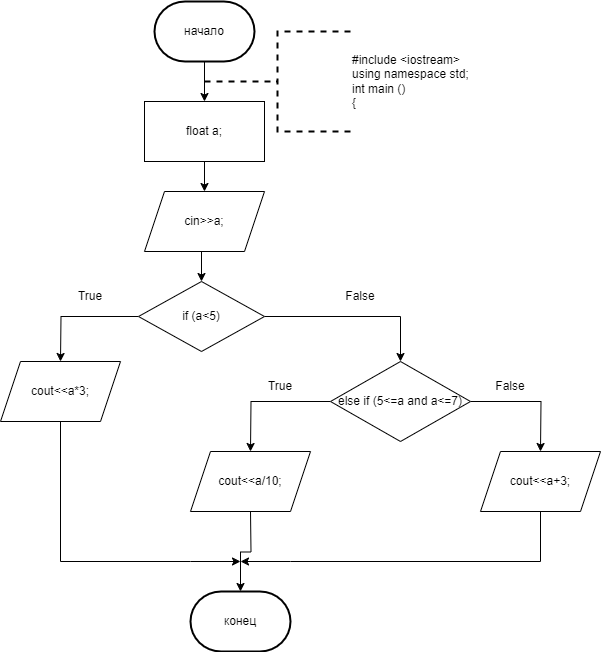
ksinph/PSTU_LABS_2023 keeps this draw.io diagram as 1_3.drawio.png. Above is the earlier version. Source tidied: cells renumbered, new cells last; positions are measured from the earlier drawing's top-left corner, leaving out a move shared by most shapes. Its diagram source:
```xml
<mxGraphModel>
  <root>
    <mxCell id="0" />
    <mxCell id="1" parent="0" />
    <mxCell id="2" style="edgeStyle=orthogonalEdgeStyle;rounded=0;jettySize=auto;html=1;exitX=0.5;exitY=1;exitDx=0;exitDy=0;exitPerimeter=0;" parent="1" edge="1" source="3" target="5">
      <mxGeometry relative="1" as="geometry" />
    </mxCell>
    <mxCell id="3" value="начало" style="strokeWidth=2;html=1;shape=mxgraph.flowchart.terminator;whiteSpace=wrap;" parent="1" vertex="1">
      <mxGeometry x="154" width="100" height="60" as="geometry" />
    </mxCell>
    <mxCell id="4" style="edgeStyle=orthogonalEdgeStyle;rounded=0;jettySize=auto;html=1;exitX=0.5;exitY=1;exitDx=0;exitDy=0;" parent="1" edge="1" source="5" target="7">
      <mxGeometry relative="1" as="geometry" />
    </mxCell>
    <mxCell id="5" value="float a;" style="rounded=0;whiteSpace=wrap;html=1;" parent="1" vertex="1">
      <mxGeometry x="144" y="100" width="120" height="60" as="geometry" />
    </mxCell>
    <mxCell id="6" style="edgeStyle=orthogonalEdgeStyle;rounded=0;jettySize=auto;html=1;exitX=0.5;exitY=1;exitDx=0;exitDy=0;entryX=0.5;entryY=0;entryDx=0;entryDy=0;" parent="1" edge="1" source="7" target="10">
      <mxGeometry relative="1" as="geometry" />
    </mxCell>
    <mxCell id="7" value="cin&amp;gt;&amp;gt;a;" style="shape=parallelogram;perimeter=parallelogramPerimeter;whiteSpace=wrap;html=1;fixedSize=1;" parent="1" vertex="1">
      <mxGeometry x="144" y="190" width="120" height="60" as="geometry" />
    </mxCell>
    <mxCell id="8" style="edgeStyle=orthogonalEdgeStyle;rounded=0;jettySize=auto;html=1;" parent="1" edge="1" source="10">
      <mxGeometry relative="1" as="geometry">
        <mxPoint x="60" y="360" as="targetPoint" />
      </mxGeometry>
    </mxCell>
    <mxCell id="9" style="edgeStyle=orthogonalEdgeStyle;rounded=0;jettySize=auto;html=1;" parent="1" edge="1" source="10" target="13">
      <mxGeometry relative="1" as="geometry" />
    </mxCell>
    <mxCell id="10" value="if (a&amp;lt;5)" style="rhombus;whiteSpace=wrap;html=1;" parent="1" vertex="1">
      <mxGeometry x="138" y="280" width="126" height="70" as="geometry" />
    </mxCell>
    <mxCell id="11" style="edgeStyle=orthogonalEdgeStyle;rounded=0;jettySize=auto;html=1;" parent="1" edge="1" source="13">
      <mxGeometry relative="1" as="geometry">
        <mxPoint x="250" y="450" as="targetPoint" />
      </mxGeometry>
    </mxCell>
    <mxCell id="12" style="edgeStyle=orthogonalEdgeStyle;rounded=0;jettySize=auto;html=1;" parent="1" edge="1" source="13">
      <mxGeometry relative="1" as="geometry">
        <mxPoint x="540" y="450" as="targetPoint" />
      </mxGeometry>
    </mxCell>
    <mxCell id="13" value="else if (5&amp;lt;=a and a&amp;lt;=7)" style="rhombus;whiteSpace=wrap;html=1;" parent="1" vertex="1">
      <mxGeometry x="330" y="360" width="140" height="80" as="geometry" />
    </mxCell>
    <mxCell id="14" value="конец" style="strokeWidth=2;html=1;shape=mxgraph.flowchart.terminator;whiteSpace=wrap;" parent="1" vertex="1">
      <mxGeometry x="190" y="590" width="100" height="60" as="geometry" />
    </mxCell>
    <mxCell id="15" style="edgeStyle=orthogonalEdgeStyle;rounded=0;orthogonalLoop=1;jettySize=auto;html=1;exitX=0.5;exitY=1;exitDx=0;exitDy=0;" parent="1" edge="1">
      <mxGeometry relative="1" as="geometry">
        <mxPoint x="60" y="420" as="sourcePoint" />
        <mxPoint x="240" y="560" as="targetPoint" />
        <Array as="points">
          <mxPoint x="60" y="560" />
          <mxPoint x="190" y="560" />
        </Array>
      </mxGeometry>
    </mxCell>
    <mxCell id="16" style="edgeStyle=orthogonalEdgeStyle;rounded=0;jettySize=auto;html=1;exitX=0.5;exitY=1;exitDx=0;exitDy=0;entryX=0.5;entryY=0;entryDx=0;entryDy=0;entryPerimeter=0;" parent="1" edge="1" target="14">
      <mxGeometry relative="1" as="geometry">
        <mxPoint x="250" y="510" as="sourcePoint" />
      </mxGeometry>
    </mxCell>
    <mxCell id="17" style="edgeStyle=orthogonalEdgeStyle;rounded=0;orthogonalLoop=1;jettySize=auto;html=1;exitX=0.5;exitY=1;exitDx=0;exitDy=0;" parent="1" edge="1">
      <mxGeometry relative="1" as="geometry">
        <mxPoint x="540" y="510" as="sourcePoint" />
        <mxPoint x="240" y="560" as="targetPoint" />
        <Array as="points">
          <mxPoint x="540" y="560" />
          <mxPoint x="290" y="560" />
        </Array>
      </mxGeometry>
    </mxCell>
    <mxCell id="18" value="#include &amp;lt;iostream&amp;gt;&lt;br&gt;using namespace std;&lt;br&gt;int main ()&lt;br&gt;{" style="strokeWidth=2;html=1;shape=mxgraph.flowchart.annotation_2;align=left;labelPosition=right;dashed=1;" parent="1" vertex="1">
      <mxGeometry x="204" y="30" width="146" height="100" as="geometry" />
    </mxCell>
    <mxCell id="19" value="True" style="text;html=1;strokeColor=none;fillColor=none;align=center;verticalAlign=middle;whiteSpace=wrap;rounded=0;" parent="1" vertex="1">
      <mxGeometry x="60" y="280" width="60" height="30" as="geometry" />
    </mxCell>
    <mxCell id="20" value="False" style="text;html=1;strokeColor=none;fillColor=none;align=center;verticalAlign=middle;whiteSpace=wrap;rounded=0;" parent="1" vertex="1">
      <mxGeometry x="330" y="280" width="60" height="30" as="geometry" />
    </mxCell>
    <mxCell id="21" value="True" style="text;html=1;strokeColor=none;fillColor=none;align=center;verticalAlign=middle;whiteSpace=wrap;rounded=0;" parent="1" vertex="1">
      <mxGeometry x="250" y="370" width="60" height="30" as="geometry" />
    </mxCell>
    <mxCell id="22" value="False" style="text;html=1;strokeColor=none;fillColor=none;align=center;verticalAlign=middle;whiteSpace=wrap;rounded=0;" parent="1" vertex="1">
      <mxGeometry x="480" y="370" width="60" height="30" as="geometry" />
    </mxCell>
    <mxCell id="23" value="cout&amp;lt;&amp;lt;a*3;" style="shape=parallelogram;perimeter=parallelogramPerimeter;whiteSpace=wrap;html=1;fixedSize=1;" parent="1" vertex="1">
      <mxGeometry y="360" width="120" height="60" as="geometry" />
    </mxCell>
    <mxCell id="24" value="cout&amp;lt;&amp;lt;a/10;" style="shape=parallelogram;perimeter=parallelogramPerimeter;whiteSpace=wrap;html=1;fixedSize=1;" parent="1" vertex="1">
      <mxGeometry x="190" y="450" width="120" height="60" as="geometry" />
    </mxCell>
    <mxCell id="25" value="cout&amp;lt;&amp;lt;a+3;" style="shape=parallelogram;perimeter=parallelogramPerimeter;whiteSpace=wrap;html=1;fixedSize=1;" parent="1" vertex="1">
      <mxGeometry x="480" y="450" width="120" height="60" as="geometry" />
    </mxCell>
  </root>
</mxGraphModel>
```
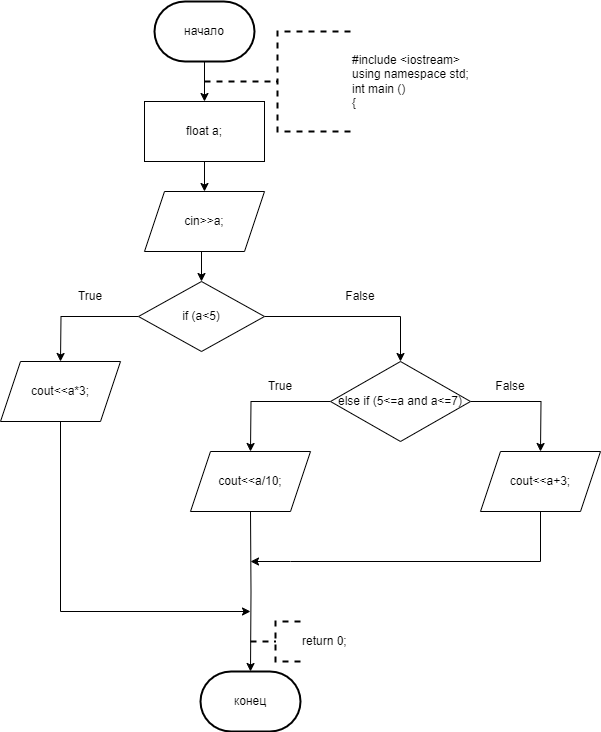
Later version of the same file.

What changed in the source:
```diff
@@ -45,15 +45,14 @@
       <mxGeometry x="330" y="360" width="140" height="80" as="geometry" />
     </mxCell>
     <mxCell id="14" value="конец" style="strokeWidth=2;html=1;shape=mxgraph.flowchart.terminator;whiteSpace=wrap;" parent="1" vertex="1">
-      <mxGeometry x="190" y="590" width="100" height="60" as="geometry" />
+      <mxGeometry x="200" y="670" width="100" height="60" as="geometry" />
     </mxCell>
     <mxCell id="15" style="edgeStyle=orthogonalEdgeStyle;rounded=0;orthogonalLoop=1;jettySize=auto;html=1;exitX=0.5;exitY=1;exitDx=0;exitDy=0;" parent="1" edge="1">
       <mxGeometry relative="1" as="geometry">
         <mxPoint x="60" y="420" as="sourcePoint" />
-        <mxPoint x="240" y="560" as="targetPoint" />
+        <mxPoint x="250" y="610" as="targetPoint" />
         <Array as="points">
-          <mxPoint x="60" y="560" />
-          <mxPoint x="190" y="560" />
+          <mxPoint x="60" y="610" />
         </Array>
       </mxGeometry>
     </mxCell>
@@ -65,7 +64,7 @@
     <mxCell id="17" style="edgeStyle=orthogonalEdgeStyle;rounded=0;orthogonalLoop=1;jettySize=auto;html=1;exitX=0.5;exitY=1;exitDx=0;exitDy=0;" parent="1" edge="1">
       <mxGeometry relative="1" as="geometry">
         <mxPoint x="540" y="510" as="sourcePoint" />
-        <mxPoint x="240" y="560" as="targetPoint" />
+        <mxPoint x="250" y="560" as="targetPoint" />
         <Array as="points">
           <mxPoint x="540" y="560" />
           <mxPoint x="290" y="560" />
@@ -96,5 +95,8 @@
     <mxCell id="25" value="cout&amp;lt;&amp;lt;a+3;" style="shape=parallelogram;perimeter=parallelogramPerimeter;whiteSpace=wrap;html=1;fixedSize=1;" parent="1" vertex="1">
       <mxGeometry x="480" y="450" width="120" height="60" as="geometry" />
     </mxCell>
+    <mxCell id="26" value="return 0;" style="strokeWidth=2;html=1;shape=mxgraph.flowchart.annotation_2;align=left;labelPosition=right;dashed=1;" parent="1" vertex="1">
+      <mxGeometry x="250" y="620" width="50" height="40" as="geometry" />
+    </mxCell>
   </root>
 </mxGraphModel>
```
